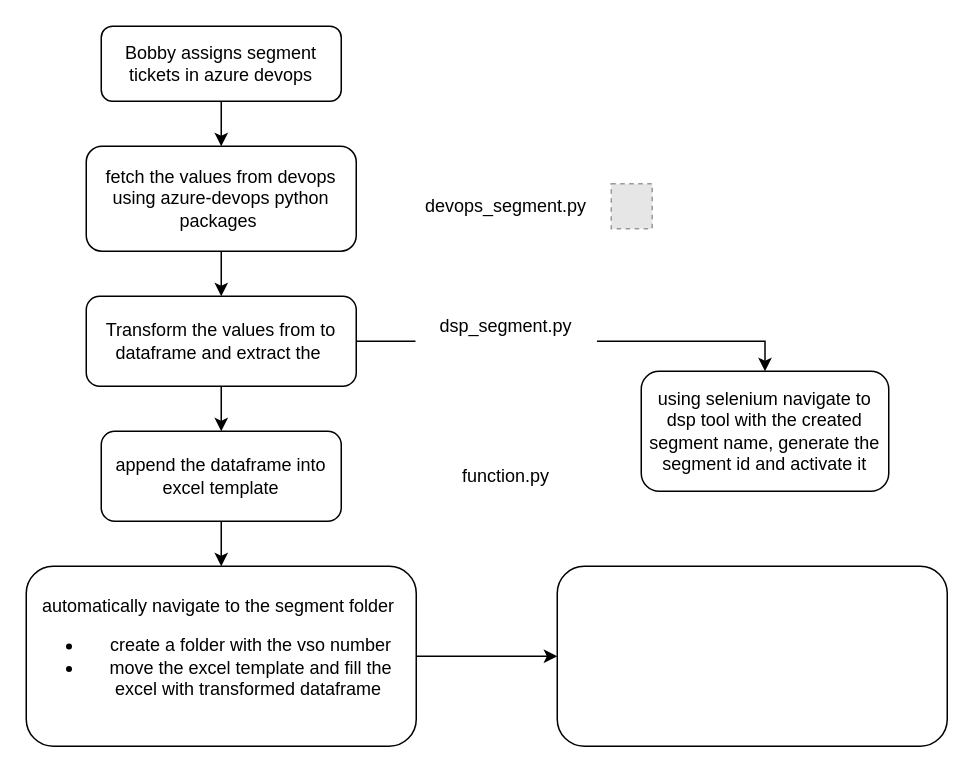
Above: Copy of segment_creation.drawio in ajmalbinnizam/commit (draw.io), before the change. Source tidied: cells renumbered, new cells numbered last; positions are measured from the earlier drawing's top-left corner, leaving out a move shared by most shapes. Both pictures are drawn from the tidied source at 150%, with x=0, y=0 at pixel (26, 26). Pictures stored in the file or linked from it are replaced by grey dashed boxes.
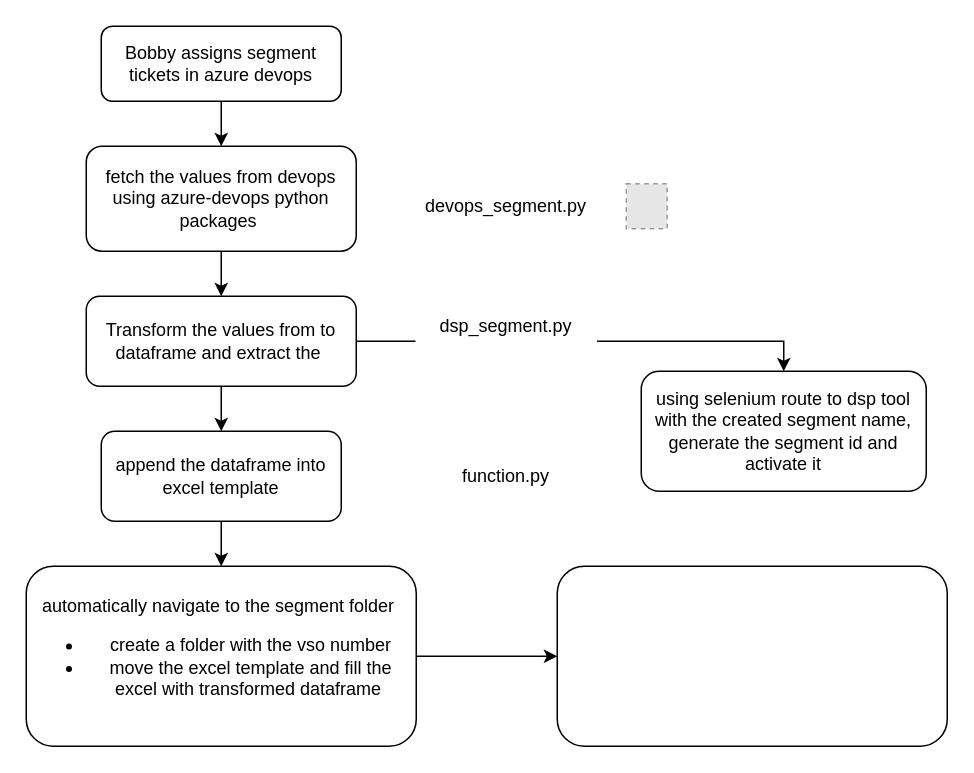
The same page after the edit.

The edit, as a diff of the source:
```diff
@@
 <mxGraphModel>
   <root>
     <mxCell id="0" />
     <mxCell id="1" parent="0" />
     <mxCell id="2" style="edgeStyle=orthogonalEdgeStyle;rounded=0;jettySize=auto;html=1;entryX=0.5;entryY=0;entryDx=0;entryDy=0;" parent="1" edge="1" source="3" target="7">
       <mxGeometry relative="1" as="geometry" />
     </mxCell>
     <mxCell id="3" value="Bobby assigns segment tickets in azure devops" style="rounded=1;whiteSpace=wrap;html=1;fontSize=12;glass=0;strokeWidth=1;shadow=0;" parent="1" vertex="1">
       <mxGeometry x="50" width="160" height="50" as="geometry" />
     </mxCell>
     <mxCell id="4" style="edgeStyle=orthogonalEdgeStyle;rounded=0;jettySize=auto;html=1;" parent="1" edge="1" source="5" target="18">
       <mxGeometry relative="1" as="geometry" />
     </mxCell>
     <mxCell id="5" value="automatically navigate to the segment folder&amp;nbsp;&lt;br&gt;&lt;ul&gt;&lt;li&gt;create a folder with the vso number&lt;/li&gt;&lt;li&gt;move the excel template and fill the excel with transformed dataframe&amp;nbsp;&lt;/li&gt;&lt;/ul&gt;" style="rounded=1;whiteSpace=wrap;html=1;fontSize=12;glass=0;strokeWidth=1;shadow=0;align=center;" parent="1" vertex="1">
       <mxGeometry y="360" width="260" height="120" as="geometry" />
     </mxCell>
     <mxCell id="6" style="edgeStyle=orthogonalEdgeStyle;rounded=0;jettySize=auto;html=1;" parent="1" edge="1" source="7" target="12">
       <mxGeometry relative="1" as="geometry" />
     </mxCell>
     <mxCell id="7" value="fetch the values from devops using azure-devops python packages&amp;nbsp;" style="rounded=1;whiteSpace=wrap;html=1;fontSize=12;glass=0;strokeWidth=1;shadow=0;" parent="1" vertex="1">
       <mxGeometry x="40" y="80" width="180" height="70" as="geometry" />
     </mxCell>
-    <mxCell id="8" value="using selenium navigate to dsp tool with the created segment name, generate the segment id and activate it" style="rounded=1;whiteSpace=wrap;html=1;fontSize=12;glass=0;strokeWidth=1;shadow=0;" parent="1" vertex="1">
-      <mxGeometry x="410" y="230" width="165" height="80" as="geometry" />
+    <mxCell id="8" value="using selenium route to dsp tool with the created segment name, generate the segment id and activate it" style="rounded=1;whiteSpace=wrap;html=1;fontSize=12;glass=0;strokeWidth=1;shadow=0;" parent="1" vertex="1">
+      <mxGeometry x="410" y="230" width="190" height="80" as="geometry" />
     </mxCell>
     <mxCell id="9" style="fillColor=#E6E6E6;strokeColor=#999999;dashed=1;verticalLabelPosition=bottom;labelBackgroundColor=default;verticalAlign=top;" parent="1" vertex="1">
-      <mxGeometry x="390" y="105" width="27.3" height="30" as="geometry" />
+      <mxGeometry x="400" y="105" width="27.3" height="30" as="geometry" />
     </mxCell>
     <mxCell id="10" style="edgeStyle=orthogonalEdgeStyle;rounded=0;jettySize=auto;html=1;entryX=0.5;entryY=0;entryDx=0;entryDy=0;" parent="1" edge="1" source="12" target="8">
       <mxGeometry relative="1" as="geometry" />
     </mxCell>
     <mxCell id="11" style="edgeStyle=orthogonalEdgeStyle;rounded=0;jettySize=auto;html=1;entryX=0.5;entryY=0;entryDx=0;entryDy=0;" parent="1" edge="1" source="16" target="5">
       <mxGeometry relative="1" as="geometry" />
     </mxCell>
     <mxCell id="12" value="Transform the values from to dataframe and extract the&amp;nbsp;" style="rounded=1;whiteSpace=wrap;html=1;fontSize=12;glass=0;strokeWidth=1;shadow=0;" parent="1" vertex="1">
       <mxGeometry x="40" y="180" width="180" height="60" as="geometry" />
     </mxCell>
     <mxCell id="13" value="devops_segment.py" style="whiteSpace=wrap;html=1;strokeColor=#ffffff;" parent="1" vertex="1">
       <mxGeometry x="260" y="100" width="120" height="40" as="geometry" />
     </mxCell>
     <mxCell id="14" value="dsp_segment.py" style="whiteSpace=wrap;html=1;strokeColor=#ffffff;" parent="1" vertex="1">
       <mxGeometry x="260" y="180" width="120" height="40" as="geometry" />
     </mxCell>
     <mxCell id="15" style="edgeStyle=orthogonalEdgeStyle;rounded=0;jettySize=auto;html=1;entryX=0.5;entryY=0;entryDx=0;entryDy=0;" parent="1" edge="1" source="12" target="16">
       <mxGeometry relative="1" as="geometry" />
     </mxCell>
     <mxCell id="16" value="append the dataframe into excel template" style="rounded=1;whiteSpace=wrap;html=1;fontSize=12;glass=0;strokeWidth=1;shadow=0;" parent="1" vertex="1">
       <mxGeometry x="50" y="270" width="160" height="60" as="geometry" />
     </mxCell>
     <mxCell id="17" value="function.py" style="whiteSpace=wrap;html=1;strokeColor=#ffffff;" parent="1" vertex="1">
       <mxGeometry x="260" y="280" width="120" height="40" as="geometry" />
     </mxCell>
     <mxCell id="18" style="rounded=1;whiteSpace=wrap;html=1;fontSize=12;glass=0;strokeWidth=1;shadow=0;align=center;" parent="1" vertex="1">
       <mxGeometry x="354" y="360" width="260" height="120" as="geometry" />
     </mxCell>
   </root>
 </mxGraphModel>
```
